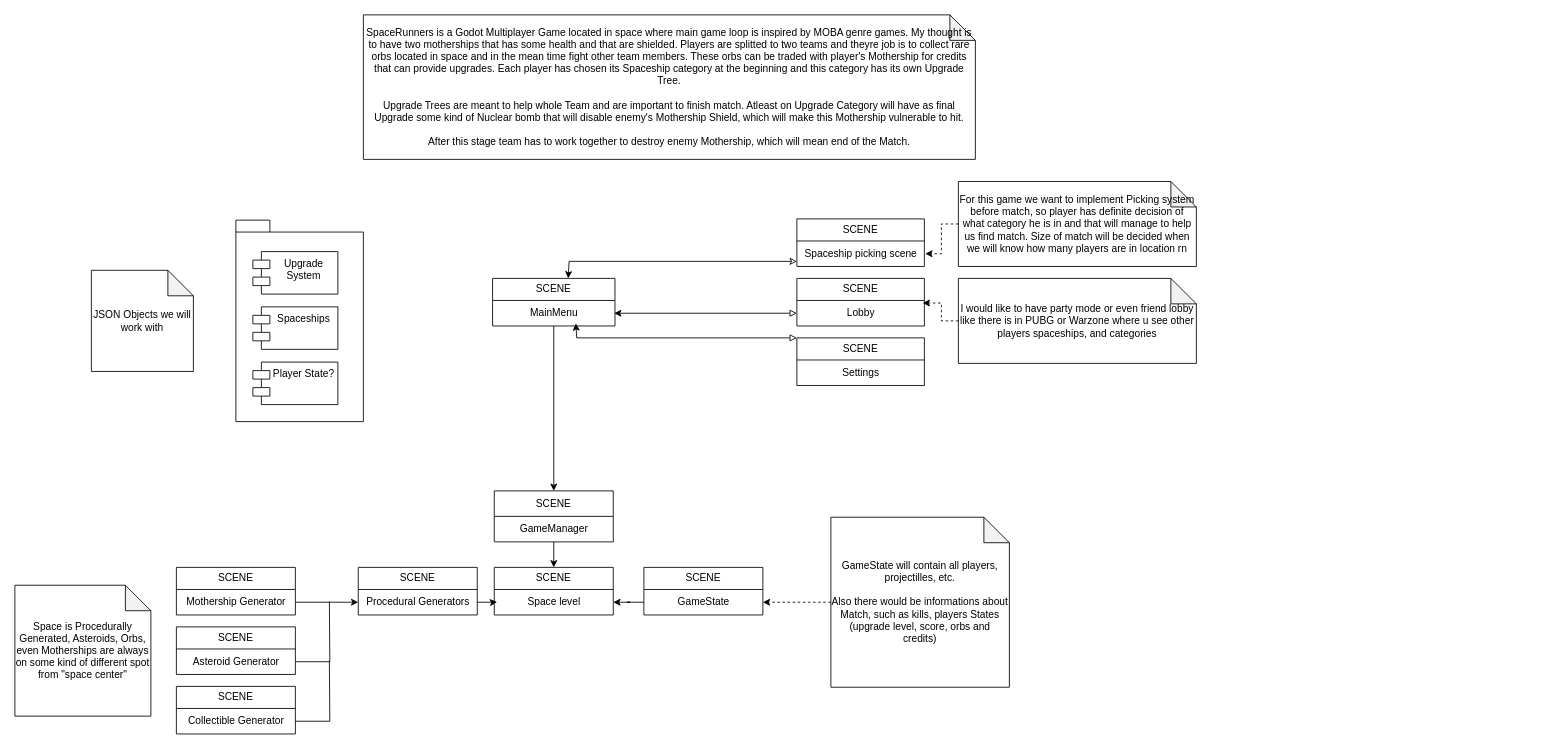
Before: SpaceRunners.drawio in PuR0kY/space-runners, a draw.io diagram. Source tidied: cells renumbered, new cells numbered last; positions are measured from the earlier drawing's top-left corner, leaving out a move shared by most shapes. Both pictures are drawn from the tidied source at 85%, with x=0, y=0 at pixel (14, 14).
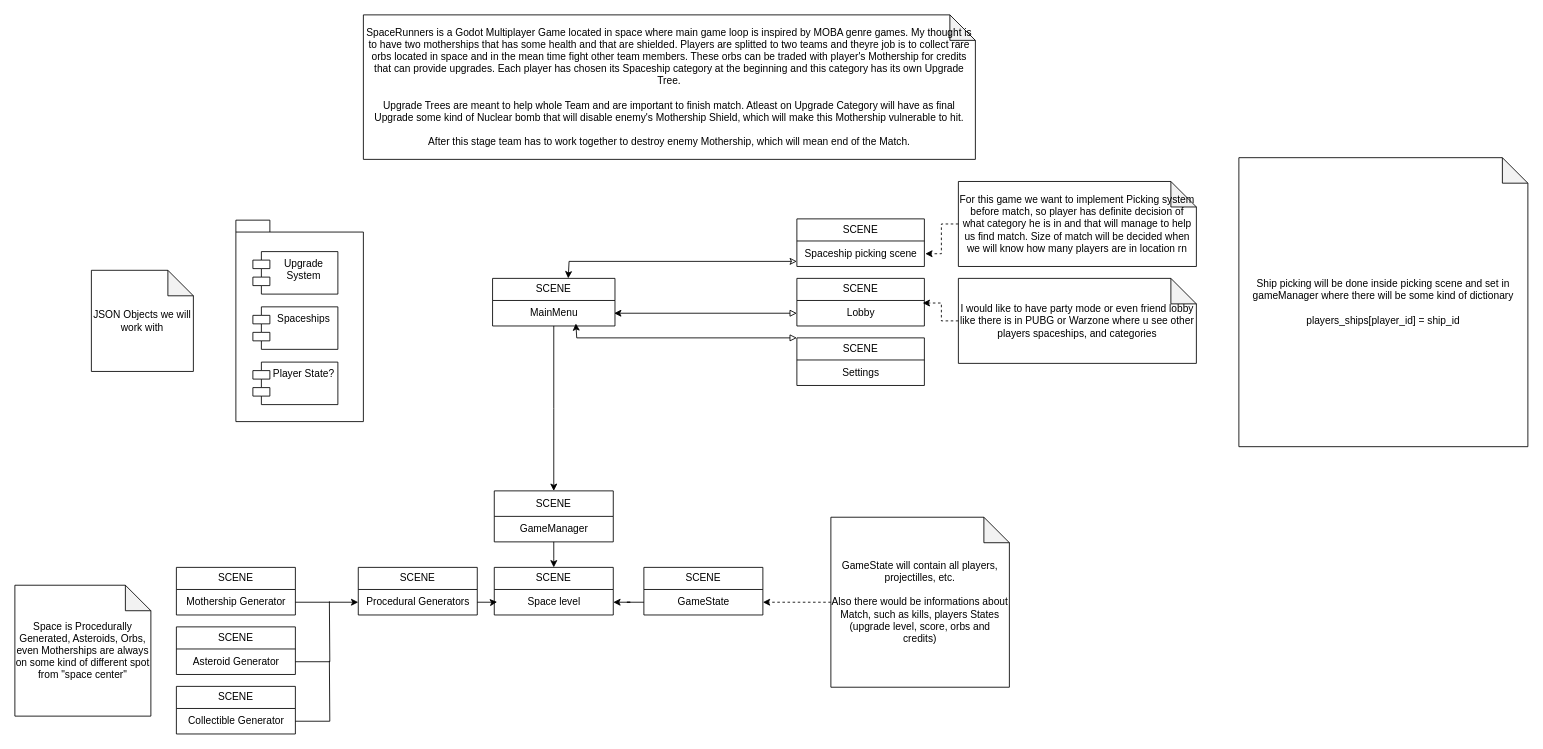
After the change.

What changed in the source:
```diff
@@
+    <mxCell id="47" value="Ship picking will be done inside picking scene and set in gameManager where there will be some kind of dictionary&lt;br&gt;&lt;br&gt;players_ships[player_id] = ship_id" style="shape=note;whiteSpace=wrap;html=1;backgroundOutline=1;darkOpacity=0.05;" parent="1" vertex="1">
+      <mxGeometry x="1440" y="168" width="340" height="340" as="geometry" />
+    </mxCell>
```
